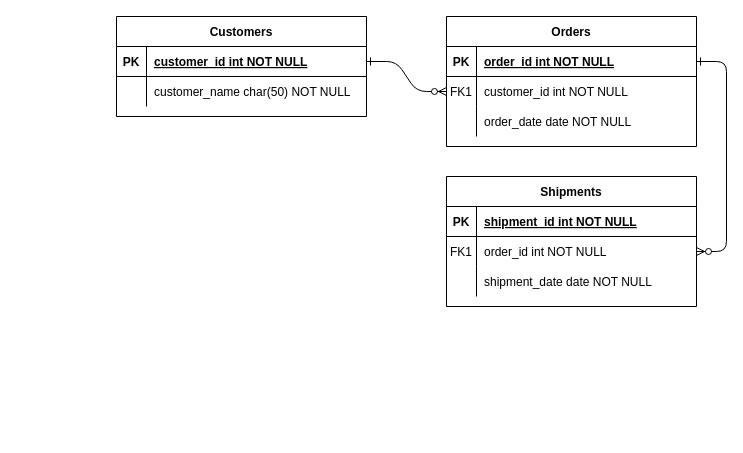
minyou2675/couple_diary_project keeps this draw.io diagram as 제목 없는 다이어그램.drawio. Above is the earlier version. Source tidied: cells renumbered, new cells numbered last; positions are measured from the earlier drawing's top-left corner, leaving out a move shared by most shapes. Both pictures are drawn from the tidied source at 100%, with x=0, y=0 at pixel (116, 16).
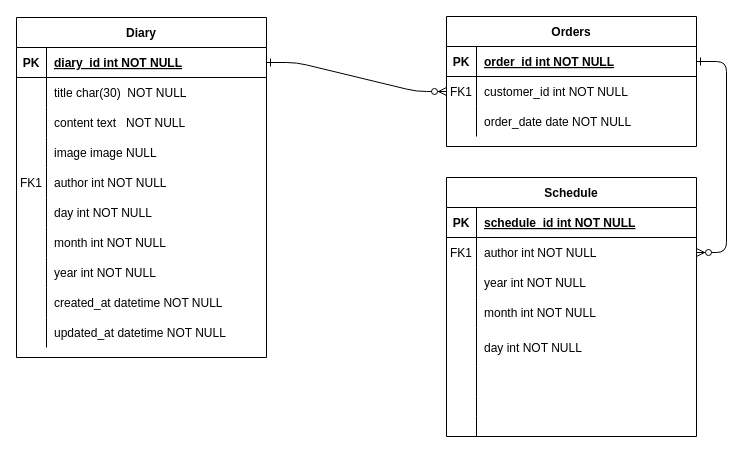
The same page after the edit.

The change refers to these unchanged cells:
```xml
<mxCell id="15" style="shape=partialRectangle;fillColor=none;top=0;left=0;right=0;bottom=1;" parent="14" vertex="1">
  <mxGeometry y="30" width="250" height="30" as="geometry" />
</mxCell>
<mxCell id="18" style="shape=partialRectangle;fillColor=none;points=[[0,0.5],[1,0.5]];portConstraint=eastwest;top=0;left=0;right=0;bottom=0;" parent="14" vertex="1">
  <mxGeometry y="60" width="250" height="30" as="geometry" />
</mxCell>
<mxCell id="21" style="shape=partialRectangle;fillColor=none;top=0;left=0;right=0;bottom=0;" parent="14" vertex="1">
  <mxGeometry y="90" width="250" height="30" as="geometry" />
</mxCell>
<mxCell id="25" style="shape=partialRectangle;fillColor=none;points=[[0,0.5],[1,0.5]];portConstraint=eastwest;top=0;left=0;right=0;bottom=1;" parent="24" vertex="1">
  <mxGeometry y="30" width="250" height="30" as="geometry" />
</mxCell>
<mxCell id="28" style="shape=partialRectangle;fillColor=none;top=0;left=0;right=0;bottom=0;" parent="24" vertex="1">
  <mxGeometry y="60" width="250" height="30" as="geometry" />
</mxCell>
```

The edit, as a diff of the source:
```diff
@@
-    <mxCell id="14" value="Shipments" style="shape=table;startSize=30;childLayout=tableLayout;rowLines=0;fontStyle=1;align=center;" parent="1" vertex="1">
-      <mxGeometry x="330" y="160" width="250" height="130" as="geometry" />
+    <mxCell id="14" value="Schedule" style="shape=table;startSize=30;childLayout=tableLayout;rowLines=0;fontStyle=1;align=center;" parent="1" vertex="1">
+      <mxGeometry x="330" y="161" width="250" height="259" as="geometry" />
     </mxCell>
@@
-    <mxCell id="17" value="shipment_id int NOT NULL " style="shape=partialRectangle;overflow=hidden;fillColor=none;top=0;left=0;bottom=0;right=0;align=left;spacingLeft=6;fontStyle=5;" parent="15" vertex="1">
+    <mxCell id="17" value="schedule_id int NOT NULL " style="shape=partialRectangle;overflow=hidden;fillColor=none;top=0;left=0;bottom=0;right=0;align=left;spacingLeft=6;fontStyle=5;" parent="15" vertex="1">
       <mxGeometry x="30" width="220" height="30" as="geometry" />
     </mxCell>
@@
-    <mxCell id="20" value="order_id int NOT NULL" style="shape=partialRectangle;overflow=hidden;fillColor=none;top=0;left=0;bottom=0;right=0;align=left;spacingLeft=6;" parent="18" vertex="1">
+    <mxCell id="20" value="author int NOT NULL" style="shape=partialRectangle;overflow=hidden;fillColor=none;top=0;left=0;bottom=0;right=0;align=left;spacingLeft=6;" parent="18" vertex="1">
       <mxGeometry x="30" width="220" height="30" as="geometry" />
     </mxCell>
@@
-    <mxCell id="23" value="shipment_date date NOT NULL" style="shape=partialRectangle;overflow=hidden;fillColor=none;top=0;left=0;bottom=0;right=0;align=left;spacingLeft=6;" parent="21" vertex="1">
+    <mxCell id="23" value="year int NOT NULL" style="shape=partialRectangle;overflow=hidden;fillColor=none;top=0;left=0;bottom=0;right=0;align=left;spacingLeft=6;" parent="21" vertex="1">
       <mxGeometry x="30" width="220" height="30" as="geometry" />
     </mxCell>
+    <mxCell id="31" style="shape=partialRectangle;fillColor=none;top=0;left=0;right=0;bottom=0;" parent="14" vertex="1">
+      <mxGeometry y="120" width="250" height="30" as="geometry" />
+    </mxCell>
+    <mxCell id="32" style="shape=partialRectangle;overflow=hidden;fillColor=none;top=0;left=0;bottom=0;right=0;" parent="31" vertex="1">
+      <mxGeometry width="30" height="30" as="geometry" />
+    </mxCell>
+    <mxCell id="33" value="month int NOT NULL" style="shape=partialRectangle;overflow=hidden;fillColor=none;top=0;left=0;bottom=0;right=0;align=left;spacingLeft=6;" parent="31" vertex="1">
+      <mxGeometry x="30" width="220" height="30" as="geometry" />
+    </mxCell>
+    <mxCell id="34" style="shape=partialRectangle;fillColor=none;top=0;left=0;right=0;bottom=0;" parent="14" vertex="1">
+      <mxGeometry y="150" width="250" height="39" as="geometry" />
+    </mxCell>
+    <mxCell id="35" style="shape=partialRectangle;overflow=hidden;fillColor=none;top=0;left=0;bottom=0;right=0;" parent="34" vertex="1">
+      <mxGeometry width="30" height="39" as="geometry" />
+    </mxCell>
+    <mxCell id="36" value="day int NOT NULL" style="shape=partialRectangle;overflow=hidden;fillColor=none;top=0;left=0;bottom=0;right=0;align=left;spacingLeft=6;" parent="34" vertex="1">
+      <mxGeometry x="30" width="220" height="39" as="geometry" />
+    </mxCell>
+    <mxCell id="37" style="shape=partialRectangle;fillColor=none;top=0;left=0;right=0;bottom=0;" parent="14" vertex="1">
+      <mxGeometry y="189" width="250" height="30" as="geometry" />
+    </mxCell>
+    <mxCell id="38" style="shape=partialRectangle;overflow=hidden;fillColor=none;top=0;left=0;bottom=0;right=0;" parent="37" vertex="1">
+      <mxGeometry width="30" height="30" as="geometry" />
+    </mxCell>
+    <mxCell id="39" style="shape=partialRectangle;overflow=hidden;fillColor=none;top=0;left=0;bottom=0;right=0;align=left;spacingLeft=6;" parent="37" vertex="1">
+      <mxGeometry x="30" width="220" height="30" as="geometry" />
+    </mxCell>
+    <mxCell id="40" style="shape=partialRectangle;fillColor=none;top=0;left=0;right=0;bottom=0;" parent="14" vertex="1">
+      <mxGeometry y="219" width="250" height="20" as="geometry" />
+    </mxCell>
+    <mxCell id="41" style="shape=partialRectangle;overflow=hidden;fillColor=none;top=0;left=0;bottom=0;right=0;" parent="40" vertex="1">
+      <mxGeometry width="30" height="20" as="geometry" />
+    </mxCell>
+    <mxCell id="42" style="shape=partialRectangle;overflow=hidden;fillColor=none;top=0;left=0;bottom=0;right=0;align=left;spacingLeft=6;" parent="40" vertex="1">
+      <mxGeometry x="30" width="220" height="20" as="geometry" />
+    </mxCell>
+    <mxCell id="43" style="shape=partialRectangle;fillColor=none;top=0;left=0;right=0;bottom=0;" parent="14" vertex="1">
+      <mxGeometry y="239" width="250" height="20" as="geometry" />
+    </mxCell>
+    <mxCell id="44" style="shape=partialRectangle;overflow=hidden;fillColor=none;top=0;left=0;bottom=0;right=0;" parent="43" vertex="1">
+      <mxGeometry width="30" height="20" as="geometry" />
+    </mxCell>
+    <mxCell id="45" style="shape=partialRectangle;overflow=hidden;fillColor=none;top=0;left=0;bottom=0;right=0;align=left;spacingLeft=6;" parent="43" vertex="1">
+      <mxGeometry x="30" width="220" height="20" as="geometry" />
+    </mxCell>
-    <mxCell id="24" value="Customers" style="shape=table;startSize=30;childLayout=tableLayout;rowLines=0;fontStyle=1;align=center;" parent="1" vertex="1">
-      <mxGeometry width="250" height="100" as="geometry" />
+    <mxCell id="24" value="Diary" style="shape=table;startSize=30;childLayout=tableLayout;rowLines=0;fontStyle=1;align=center;" parent="1" vertex="1">
+      <mxGeometry x="-100" y="1" width="250" height="340" as="geometry" />
     </mxCell>
@@
-    <mxCell id="27" value="customer_id int NOT NULL " style="shape=partialRectangle;overflow=hidden;fillColor=none;top=0;left=0;bottom=0;right=0;align=left;spacingLeft=6;fontStyle=5;" parent="25" vertex="1">
+    <mxCell id="27" value="diary_id int NOT NULL " style="shape=partialRectangle;overflow=hidden;fillColor=none;top=0;left=0;bottom=0;right=0;align=left;spacingLeft=6;fontStyle=5;" parent="25" vertex="1">
       <mxGeometry x="30" width="220" height="30" as="geometry" />
     </mxCell>
@@
-    <mxCell id="30" value="customer_name char(50) NOT NULL" style="shape=partialRectangle;overflow=hidden;fillColor=none;top=0;left=0;bottom=0;right=0;align=left;spacingLeft=6;" parent="28" vertex="1">
+    <mxCell id="30" value="title char(30)  NOT NULL" style="shape=partialRectangle;overflow=hidden;fillColor=none;top=0;left=0;bottom=0;right=0;align=left;spacingLeft=6;" parent="28" vertex="1">
       <mxGeometry x="30" width="220" height="30" as="geometry" />
     </mxCell>
+    <mxCell id="46" style="shape=partialRectangle;fillColor=none;top=0;left=0;right=0;bottom=0;" parent="24" vertex="1">
+      <mxGeometry y="90" width="250" height="30" as="geometry" />
+    </mxCell>
+    <mxCell id="47" style="shape=partialRectangle;overflow=hidden;fillColor=none;top=0;left=0;bottom=0;right=0;" parent="46" vertex="1">
+      <mxGeometry width="30" height="30" as="geometry" />
+    </mxCell>
+    <mxCell id="48" value="content text   NOT NULL" style="shape=partialRectangle;overflow=hidden;fillColor=none;top=0;left=0;bottom=0;right=0;align=left;spacingLeft=6;" parent="46" vertex="1">
+      <mxGeometry x="30" width="220" height="30" as="geometry" />
+    </mxCell>
+    <mxCell id="49" style="shape=partialRectangle;fillColor=none;top=0;left=0;right=0;bottom=0;" parent="24" vertex="1">
+      <mxGeometry y="120" width="250" height="30" as="geometry" />
+    </mxCell>
+    <mxCell id="50" style="shape=partialRectangle;overflow=hidden;fillColor=none;top=0;left=0;bottom=0;right=0;" parent="49" vertex="1">
+      <mxGeometry width="30" height="30" as="geometry" />
+    </mxCell>
+    <mxCell id="51" value="image image NULL " style="shape=partialRectangle;overflow=hidden;fillColor=none;top=0;left=0;bottom=0;right=0;align=left;spacingLeft=6;" parent="49" vertex="1">
+      <mxGeometry x="30" width="220" height="30" as="geometry" />
+    </mxCell>
+    <mxCell id="52" style="shape=partialRectangle;fillColor=none;top=0;left=0;right=0;bottom=0;" parent="24" vertex="1">
+      <mxGeometry y="150" width="250" height="30" as="geometry" />
+    </mxCell>
+    <mxCell id="53" value="FK1" style="shape=partialRectangle;overflow=hidden;fillColor=none;top=0;left=0;bottom=0;right=0;" parent="52" vertex="1">
+      <mxGeometry width="30" height="30" as="geometry" />
+    </mxCell>
+    <mxCell id="54" value="author int NOT NULL" style="shape=partialRectangle;overflow=hidden;fillColor=none;top=0;left=0;bottom=0;right=0;align=left;spacingLeft=6;" parent="52" vertex="1">
+      <mxGeometry x="30" width="220" height="30" as="geometry" />
+    </mxCell>
+    <mxCell id="55" style="shape=partialRectangle;fillColor=none;top=0;left=0;right=0;bottom=0;" parent="24" vertex="1">
+      <mxGeometry y="180" width="250" height="30" as="geometry" />
+    </mxCell>
+    <mxCell id="56" style="shape=partialRectangle;overflow=hidden;fillColor=none;top=0;left=0;bottom=0;right=0;" parent="55" vertex="1">
+      <mxGeometry width="30" height="30" as="geometry" />
+    </mxCell>
+    <mxCell id="57" value="day int NOT NULL" style="shape=partialRectangle;overflow=hidden;fillColor=none;top=0;left=0;bottom=0;right=0;align=left;spacingLeft=6;" parent="55" vertex="1">
+      <mxGeometry x="30" width="220" height="30" as="geometry" />
+    </mxCell>
+    <mxCell id="58" style="shape=partialRectangle;fillColor=none;top=0;left=0;right=0;bottom=0;" parent="24" vertex="1">
+      <mxGeometry y="210" width="250" height="30" as="geometry" />
+    </mxCell>
+    <mxCell id="59" style="shape=partialRectangle;overflow=hidden;fillColor=none;top=0;left=0;bottom=0;right=0;" parent="58" vertex="1">
+      <mxGeometry width="30" height="30" as="geometry" />
+    </mxCell>
+    <mxCell id="60" value="month int NOT NULL" style="shape=partialRectangle;overflow=hidden;fillColor=none;top=0;left=0;bottom=0;right=0;align=left;spacingLeft=6;" parent="58" vertex="1">
+      <mxGeometry x="30" width="220" height="30" as="geometry" />
+    </mxCell>
+    <mxCell id="61" style="shape=partialRectangle;fillColor=none;top=0;left=0;right=0;bottom=0;" parent="24" vertex="1">
+      <mxGeometry y="240" width="250" height="30" as="geometry" />
+    </mxCell>
+    <mxCell id="62" style="shape=partialRectangle;overflow=hidden;fillColor=none;top=0;left=0;bottom=0;right=0;" parent="61" vertex="1">
+      <mxGeometry width="30" height="30" as="geometry" />
+    </mxCell>
+    <mxCell id="63" value="year int NOT NULL" style="shape=partialRectangle;overflow=hidden;fillColor=none;top=0;left=0;bottom=0;right=0;align=left;spacingLeft=6;" parent="61" vertex="1">
+      <mxGeometry x="30" width="220" height="30" as="geometry" />
+    </mxCell>
+    <mxCell id="64" style="shape=partialRectangle;fillColor=none;top=0;left=0;right=0;bottom=0;" parent="24" vertex="1">
+      <mxGeometry y="270" width="250" height="30" as="geometry" />
+    </mxCell>
+    <mxCell id="65" style="shape=partialRectangle;overflow=hidden;fillColor=none;top=0;left=0;bottom=0;right=0;" parent="64" vertex="1">
+      <mxGeometry width="30" height="30" as="geometry" />
+    </mxCell>
+    <mxCell id="66" value="created_at datetime NOT NULL" style="shape=partialRectangle;overflow=hidden;fillColor=none;top=0;left=0;bottom=0;right=0;align=left;spacingLeft=6;" parent="64" vertex="1">
+      <mxGeometry x="30" width="220" height="30" as="geometry" />
+    </mxCell>
+    <mxCell id="67" style="shape=partialRectangle;fillColor=none;top=0;left=0;right=0;bottom=0;" parent="24" vertex="1">
+      <mxGeometry y="300" width="250" height="30" as="geometry" />
+    </mxCell>
+    <mxCell id="68" style="shape=partialRectangle;overflow=hidden;fillColor=none;top=0;left=0;bottom=0;right=0;" parent="67" vertex="1">
+      <mxGeometry width="30" height="30" as="geometry" />
+    </mxCell>
+    <mxCell id="69" value="updated_at datetime NOT NULL" style="shape=partialRectangle;overflow=hidden;fillColor=none;top=0;left=0;bottom=0;right=0;align=left;spacingLeft=6;" parent="67" vertex="1">
+      <mxGeometry x="30" width="220" height="30" as="geometry" />
+    </mxCell>
```
